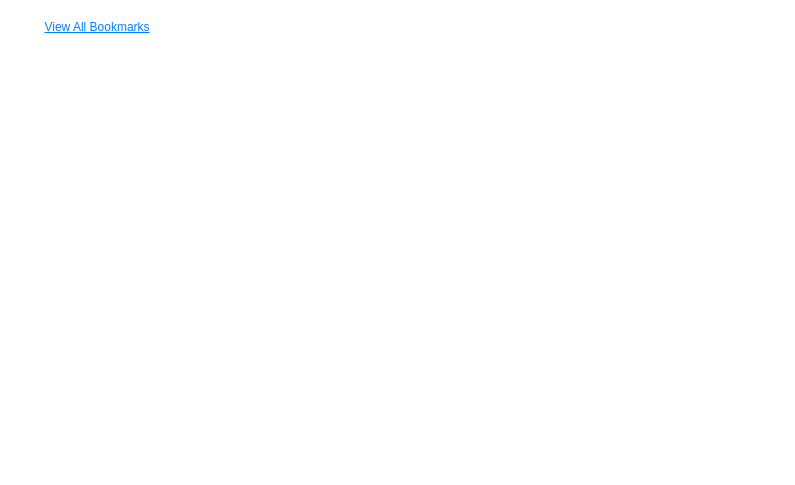
This is page "View All Bookmarks Feature" (8 of 8) of my-hfn-pitstop.drawio from appsparkler/draw.io, a draw.io file, before an edit. Source tidied: cells renumbered, new cells numbered last; positions are measured from the earlier drawing's top-left corner, leaving out a move shared by most shapes. Both pictures are drawn from the tidied source at 100%, with x=0, y=0 at pixel (37, 17).
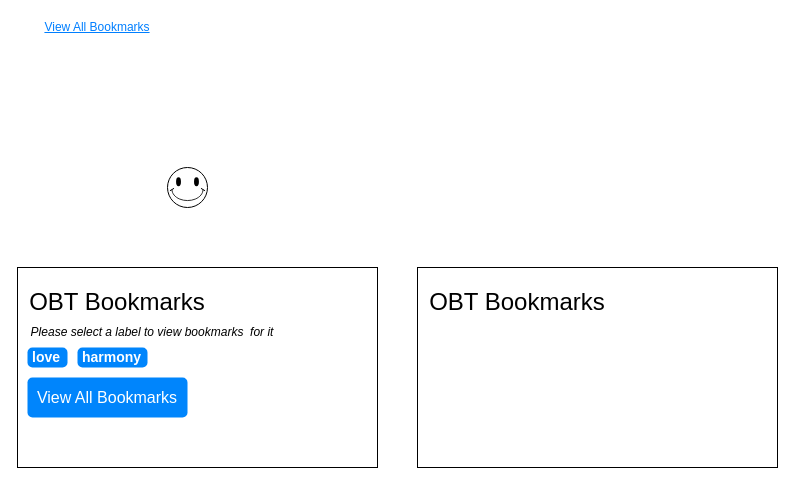
Above is the later version.

Change to the diagram source:
```diff
@@
 <mxGraphModel>
   <root>
     <mxCell id="0" />
     <mxCell id="1" parent="0" />
     <mxCell id="2" value="View All Bookmarks" style="text;html=1;whiteSpace=wrap;strokeColor=none;fillColor=none;align=center;verticalAlign=middle;rounded=0;fontStyle=4;fontColor=#007FFF;" parent="1" vertex="1">
       <mxGeometry width="120" height="20" as="geometry" />
     </mxCell>
+    <mxCell id="3" style="rounded=0;whiteSpace=wrap;html=1;" parent="1" vertex="1">
+      <mxGeometry x="-20" y="250" width="360" height="200" as="geometry" />
+    </mxCell>
+    <mxCell id="4" value="OBT Bookmarks" style="text;html=1;whiteSpace=wrap;strokeColor=none;fillColor=none;align=center;verticalAlign=middle;rounded=0;fontSize=24;" parent="1" vertex="1">
+      <mxGeometry x="-10" y="270" width="180" height="30" as="geometry" />
+    </mxCell>
+    <mxCell id="5" value="Please select a label to view bookmarks&amp;nbsp; for it" style="text;html=1;whiteSpace=wrap;strokeColor=none;fillColor=none;align=center;verticalAlign=middle;rounded=0;fontStyle=2;" parent="1" vertex="1">
+      <mxGeometry x="-10" y="300" width="250" height="30" as="geometry" />
+    </mxCell>
+    <mxCell id="6" style="verticalLabelPosition=bottom;verticalAlign=top;html=1;shape=mxgraph.basic.smiley;" parent="1" vertex="1">
+      <mxGeometry x="130" y="150" width="40" height="40" as="geometry" />
+    </mxCell>
+    <mxCell id="7" value="love" style="html=1;shadow=0;dashed=0;shape=mxgraph.bootstrap.rrect;rSize=5;strokeColor=none;strokeWidth=1;fillColor=#0085FC;fontColor=#FFFFFF;whiteSpace=wrap;align=left;verticalAlign=middle;spacingLeft=0;fontStyle=1;fontSize=14;spacing=5;" parent="1" vertex="1">
+      <mxGeometry x="-10" y="330" width="40" height="20" as="geometry" />
+    </mxCell>
+    <mxCell id="8" value="harmony" style="html=1;shadow=0;dashed=0;shape=mxgraph.bootstrap.rrect;rSize=5;strokeColor=none;strokeWidth=1;fillColor=#0085FC;fontColor=#FFFFFF;whiteSpace=wrap;align=left;verticalAlign=middle;spacingLeft=0;fontStyle=1;fontSize=14;spacing=5;" parent="1" vertex="1">
+      <mxGeometry x="40" y="330" width="70" height="20" as="geometry" />
+    </mxCell>
+    <mxCell id="9" value="View All Bookmarks" style="html=1;shadow=0;dashed=0;shape=mxgraph.bootstrap.rrect;rSize=5;strokeColor=none;strokeWidth=1;fillColor=#0085FC;fontColor=#FFFFFF;whiteSpace=wrap;align=center;verticalAlign=middle;spacingLeft=0;fontStyle=0;fontSize=16;spacing=5;" parent="1" vertex="1">
+      <mxGeometry x="-10" y="360" width="160" height="40" as="geometry" />
+    </mxCell>
+    <mxCell id="10" style="rounded=0;whiteSpace=wrap;html=1;" parent="1" vertex="1">
+      <mxGeometry x="380" y="250" width="360" height="200" as="geometry" />
+    </mxCell>
+    <mxCell id="11" value="OBT Bookmarks" style="text;html=1;whiteSpace=wrap;strokeColor=none;fillColor=none;align=center;verticalAlign=middle;rounded=0;fontSize=24;" parent="1" vertex="1">
+      <mxGeometry x="390" y="270" width="180" height="30" as="geometry" />
+    </mxCell>
   </root>
 </mxGraphModel>
```
